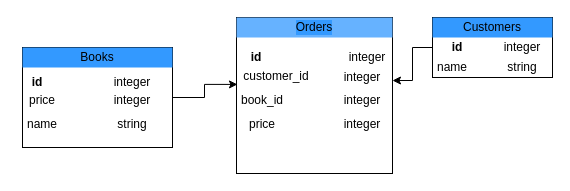
Above: 1.drawio in hihijazi/phase-4-bookify-books (draw.io), before the change. Source tidied: cells renumbered, new cells numbered last; positions are measured from the earlier drawing's top-left corner, leaving out a move shared by most shapes. Both pictures are drawn from the tidied source at 100%, with x=0, y=0 at pixel (17, 17).
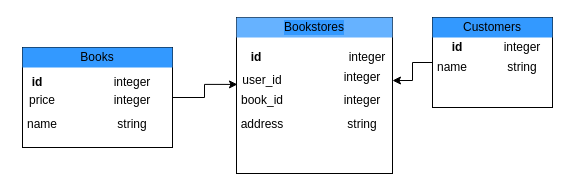
The same page after the edit.

The edit, as a diff of the source:
```diff
@@
     <mxCell id="3" style="rounded=0;whiteSpace=wrap;html=1;fontStyle=1;" parent="1" vertex="1">
-      <mxGeometry x="415" width="120" height="60" as="geometry" />
+      <mxGeometry x="415" width="120" height="90" as="geometry" />
     </mxCell>
@@
-    <mxCell id="10" value="Orders" style="text;html=1;strokeColor=none;fillColor=#66B2FF;align=center;verticalAlign=middle;whiteSpace=wrap;rounded=0;labelBackgroundColor=#3399FF;" parent="1" vertex="1">
+    <mxCell id="10" value="Bookstores" style="text;html=1;strokeColor=none;fillColor=#66B2FF;align=center;verticalAlign=middle;whiteSpace=wrap;rounded=0;labelBackgroundColor=#3399FF;" parent="1" vertex="1">
       <mxGeometry x="219" width="156" height="20" as="geometry" />
     </mxCell>
@@
-    <mxCell id="19" value="customer_id" style="text;html=1;strokeColor=none;fillColor=none;align=center;verticalAlign=middle;whiteSpace=wrap;rounded=0;labelBackgroundColor=#FFFFFF;" parent="1" vertex="1">
-      <mxGeometry x="239" y="48.5" width="40" height="20" as="geometry" />
+    <mxCell id="19" value="user_id" style="text;html=1;strokeColor=none;fillColor=none;align=center;verticalAlign=middle;whiteSpace=wrap;rounded=0;labelBackgroundColor=#FFFFFF;" parent="1" vertex="1">
+      <mxGeometry x="225" y="52.5" width="40" height="20" as="geometry" />
     </mxCell>
@@
-    <mxCell id="24" value="price" style="text;html=1;strokeColor=none;fillColor=none;align=center;verticalAlign=middle;whiteSpace=wrap;rounded=0;" parent="1" vertex="1">
+    <mxCell id="24" value="address" style="text;html=1;strokeColor=none;fillColor=none;align=center;verticalAlign=middle;whiteSpace=wrap;rounded=0;" parent="1" vertex="1">
       <mxGeometry x="225" y="97" width="40" height="20" as="geometry" />
     </mxCell>
-    <mxCell id="25" value="integer" style="text;html=1;strokeColor=none;fillColor=none;align=center;verticalAlign=middle;whiteSpace=wrap;rounded=0;" parent="1" vertex="1">
+    <mxCell id="25" value="string" style="text;html=1;strokeColor=none;fillColor=none;align=center;verticalAlign=middle;whiteSpace=wrap;rounded=0;" parent="1" vertex="1">
       <mxGeometry x="325" y="97" width="40" height="20" as="geometry" />
     </mxCell>
```
